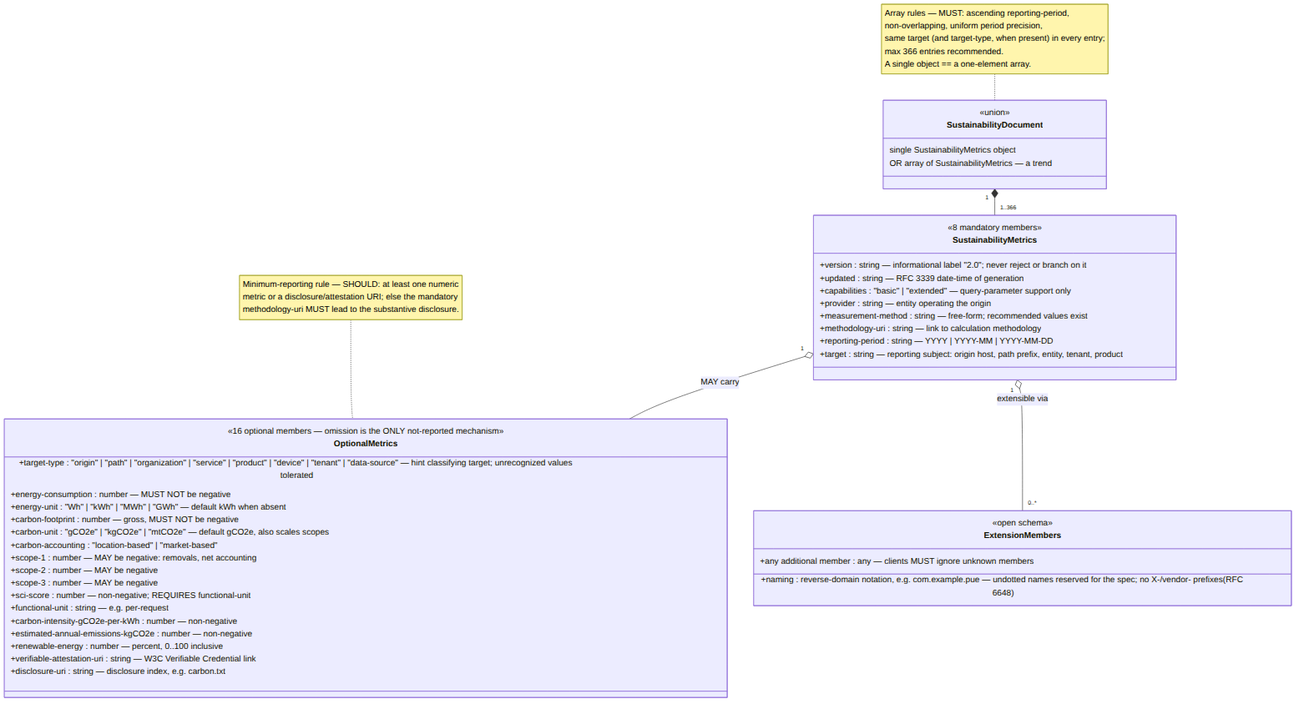
Above: architecture/images/data-model.png in andreibesleaga/rfc-sustainability-wellknown (Mermaid), before the change. Its source is kept beside it as architecture/diagrams/data-model.mmd.
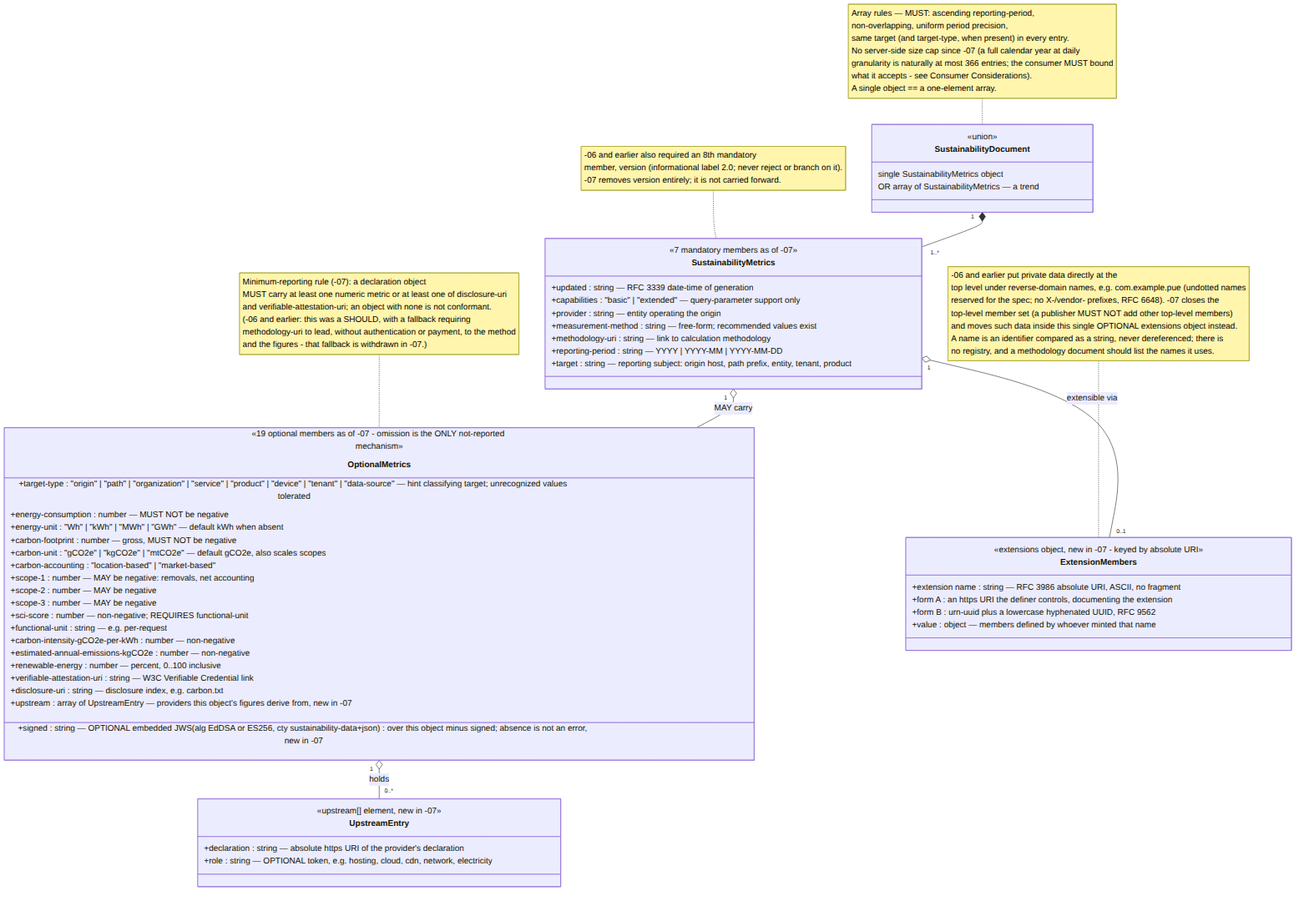
The same diagram one commit later.

Diff of the diagram source:
```diff
@@ -6,15 +6,16 @@
     }
     note for SustainabilityDocument "Array rules — MUST: ascending reporting-period,
     non-overlapping, uniform period precision,
-    same target (and target-type, when present) in every entry;
-    max 366 entries recommended.
+    same target (and target-type, when present) in every entry.
+    No server-side size cap since -07 (a full calendar year at daily
+    granularity is naturally at most 366 entries; the consumer MUST bound
+    what it accepts - see Consumer Considerations).
     A single object == a one-element array."
 
-    SustainabilityDocument "1" *-- "1..366" SustainabilityMetrics
+    SustainabilityDocument "1" *-- "1..*" SustainabilityMetrics
 
     class SustainabilityMetrics {
-        <<8 mandatory members>>
-        +version : string — informational label "2.0"; never reject or branch on it
+        <<7 mandatory members as of -07>>
         +updated : string — RFC 3339 date-time of generation
         +capabilities : "basic" | "extended" — query-parameter support only
         +provider : string — entity operating the origin
@@ -23,9 +24,12 @@
         +reporting-period : string — YYYY | YYYY-MM | YYYY-MM-DD
         +target : string — reporting subject: origin host, path prefix, entity, tenant, product
     }
+    note for SustainabilityMetrics "-06 and earlier also required an 8th mandatory
+    member, version (informational label 2.0; never reject or branch on it).
+    -07 removes version entirely; it is not carried forward."
 
     class OptionalMetrics {
-        <<16 optional members — omission is the ONLY not-reported mechanism>>
+        <<19 optional members as of -07 - omission is the ONLY not-reported mechanism>>
         +target-type : "origin" | "path" | "organization" | "service" | "product" | "device" | "tenant" | "data-source" — hint classifying target; unrecognized values tolerated
         +energy-consumption : number — MUST NOT be negative
         +energy-unit : "Wh" | "kWh" | "MWh" | "GWh" — default kWh when absent
@@ -42,17 +46,39 @@
         +renewable-energy : number — percent, 0..100 inclusive
         +verifiable-attestation-uri : string — W3C Verifiable Credential link
         +disclosure-uri : string — disclosure index, e.g. carbon.txt
+        +upstream : array of UpstreamEntry — providers this object's figures derive from, new in -07
+        +signed : string — OPTIONAL embedded JWS (alg EdDSA or ES256, cty sustainability-data+json) over this object minus signed; absence is not an error, new in -07
     }
 
     SustainabilityMetrics "1" o-- "0..1" OptionalMetrics : MAY carry
 
+    class UpstreamEntry {
+        <<upstream[] element, new in -07>>
+        +declaration : string — absolute https URI of the provider's declaration
+        +role : string — OPTIONAL token, e.g. hosting, cloud, cdn, network, electricity
+    }
+    OptionalMetrics "1" o-- "0..*" UpstreamEntry : holds
+
     class ExtensionMembers {
-        <<open schema>>
-        +any additional member : any — clients MUST ignore unknown members
-        +naming : reverse-domain notation, e.g. com.example.pue — undotted names reserved for the spec; no X-/vendor- prefixes (RFC 6648)
+        <<extensions object, new in -07 - keyed by absolute URI>>
+        +extension name : string — RFC 3986 absolute URI, ASCII, no fragment
+        +form A : an https URI the definer controls, documenting the extension
+        +form B : urn-uuid plus a lowercase hyphenated UUID, RFC 9562
+        +value : object — members defined by whoever minted that name
     }
-    SustainabilityMetrics "1" o-- "0..*" ExtensionMembers : extensible via
+    SustainabilityMetrics "1" o-- "0..1" ExtensionMembers : extensible via
 
-    note for OptionalMetrics "Minimum-reporting rule — SHOULD: at least one numeric
-    metric or a disclosure/attestation URI; else the mandatory
-    methodology-uri MUST lead to the substantive disclosure."
+    note for ExtensionMembers "-06 and earlier put private data directly at the
+    top level under reverse-domain names, e.g. com.example.pue (undotted names
+    reserved for the spec; no X-/vendor- prefixes, RFC 6648). -07 closes the
+    top-level member set (a publisher MUST NOT add other top-level members)
+    and moves such data inside this single OPTIONAL extensions object instead.
+    A name is an identifier compared as a string, never dereferenced; there is
+    no registry, and a methodology document should list the names it uses."
+
+    note for OptionalMetrics "Minimum-reporting rule (-07): a declaration object
+    MUST carry at least one numeric metric or at least one of disclosure-uri
+    and verifiable-attestation-uri; an object with none is not conformant.
+    (-06 and earlier: this was a SHOULD, with a fallback requiring
+    methodology-uri to lead, without authentication or payment, to the method
+    and the figures - that fallback is withdrawn in -07.)"
```
